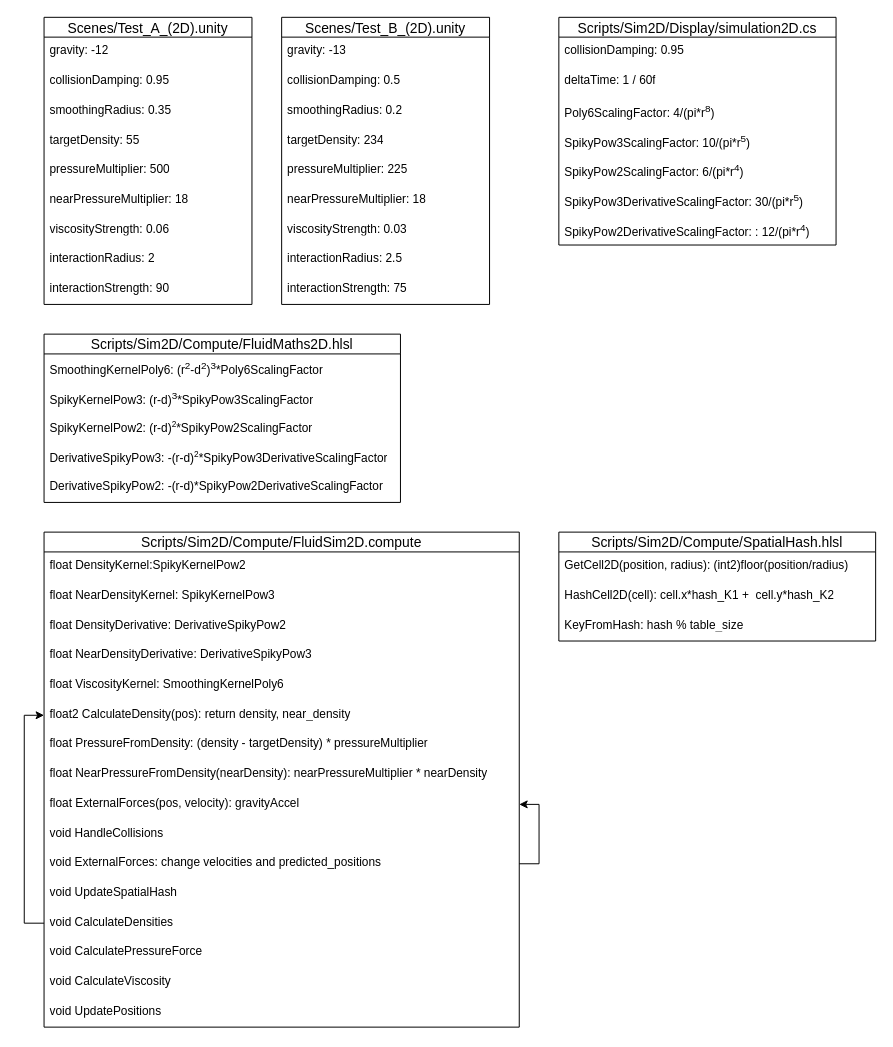
This is Fluid-Sim.drawio from RiemannLee19/UMLs, a draw.io file, before an edit. Source tidied: cells renumbered, new cells numbered last; positions are measured from the earlier drawing's top-left corner, leaving out a move shared by most shapes. Both pictures are drawn from the tidied source at 99%, with x=0, y=0 at pixel (44, 17).
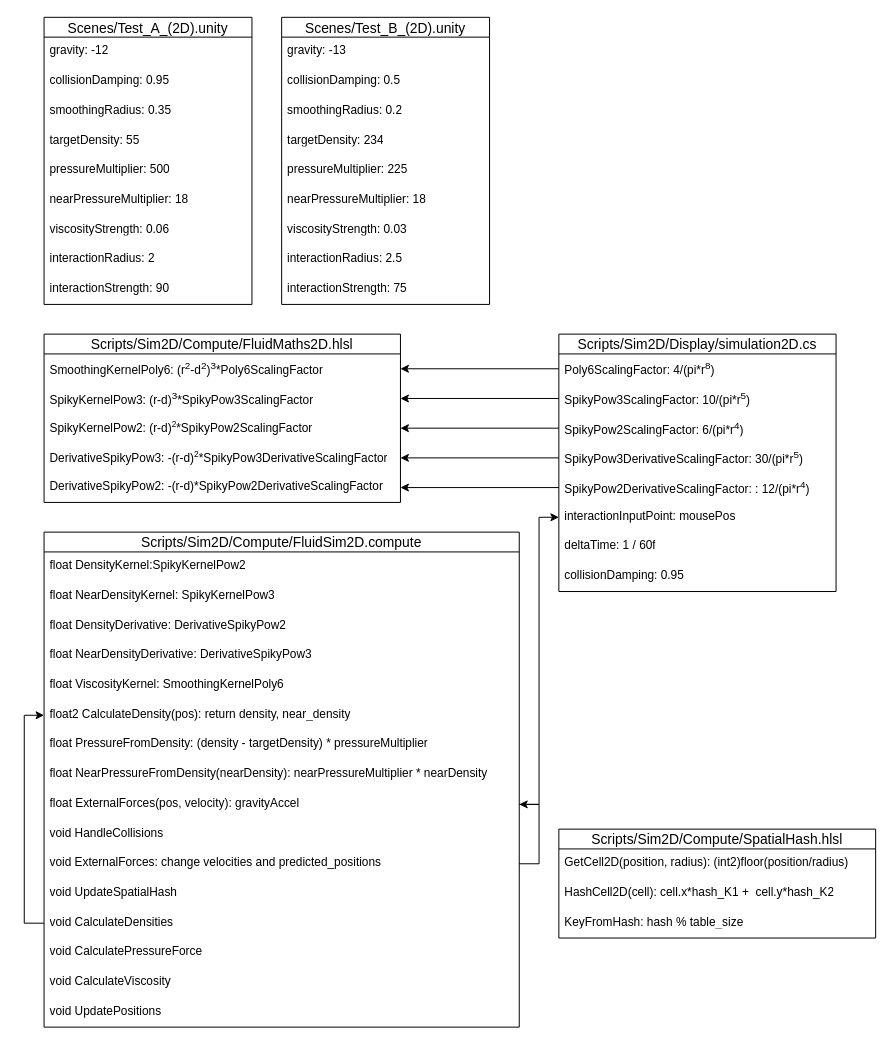
After the change.

The change refers to these unchanged cells:
```xml
<mxCell id="23" value="SmoothingKernelPoly6: (r&lt;sup&gt;2&lt;/sup&gt;-d&lt;sup&gt;2&lt;/sup&gt;)&lt;sup&gt;3&lt;/sup&gt;*Poly6ScalingFactor" style="text;strokeColor=none;fillColor=none;spacingLeft=4;spacingRight=4;overflow=hidden;points=[[0,0.5],[1,0.5]];portConstraint=eastwest;fontSize=12;whiteSpace=wrap;html=1;" parent="22" vertex="1">
  <mxGeometry y="20" width="360" height="30" as="geometry" />
</mxCell>
<mxCell id="24" value="SpikyKernelPow3: (r-d)&lt;sup&gt;3&lt;/sup&gt;*SpikyPow3ScalingFactor" style="text;strokeColor=none;fillColor=none;spacingLeft=4;spacingRight=4;overflow=hidden;points=[[0,0.5],[1,0.5]];portConstraint=eastwest;fontSize=12;whiteSpace=wrap;html=1;" parent="22" vertex="1">
  <mxGeometry y="50" width="360" height="30" as="geometry" />
</mxCell>
<mxCell id="25" value="SpikyKernelPow2: (r-d)&lt;span style=&quot;font-size: 10px;&quot;&gt;&lt;sup&gt;2&lt;/sup&gt;&lt;/span&gt;*SpikyPow2ScalingFactor" style="text;strokeColor=none;fillColor=none;spacingLeft=4;spacingRight=4;overflow=hidden;points=[[0,0.5],[1,0.5]];portConstraint=eastwest;fontSize=12;whiteSpace=wrap;html=1;" parent="22" vertex="1">
  <mxGeometry y="80" width="360" height="30" as="geometry" />
</mxCell>
<mxCell id="26" value="DerivativeSpikyPow3: -(r-d)&lt;span style=&quot;font-size: 10px;&quot;&gt;&lt;sup&gt;2&lt;/sup&gt;&lt;/span&gt;*SpikyPow3DerivativeScalingFactor" style="text;strokeColor=none;fillColor=none;spacingLeft=4;spacingRight=4;overflow=hidden;points=[[0,0.5],[1,0.5]];portConstraint=eastwest;fontSize=12;whiteSpace=wrap;html=1;" parent="22" vertex="1">
  <mxGeometry y="110" width="360" height="30" as="geometry" />
</mxCell>
<mxCell id="27" value="DerivativeSpikyPow2: -(r-d)*SpikyPow2DerivativeScalingFactor" style="text;strokeColor=none;fillColor=none;spacingLeft=4;spacingRight=4;overflow=hidden;points=[[0,0.5],[1,0.5]];portConstraint=eastwest;fontSize=12;whiteSpace=wrap;html=1;" parent="22" vertex="1">
  <mxGeometry y="140" width="360" height="30" as="geometry" />
</mxCell>
<mxCell id="45" value="float ExternalForces(pos, velocity):&amp;nbsp;gravityAccel" style="text;strokeColor=none;fillColor=none;spacingLeft=4;spacingRight=4;overflow=hidden;points=[[0,0.5],[1,0.5]];portConstraint=eastwest;fontSize=12;whiteSpace=wrap;html=1;" parent="36" vertex="1">
  <mxGeometry y="260" width="480" height="30" as="geometry" />
</mxCell>
```

Change to the diagram source:
```diff
@@
+    <mxCell id="59" style="edgeStyle=orthogonalEdgeStyle;rounded=0;jettySize=auto;html=1;exitX=0;exitY=0.25;exitDx=0;exitDy=0;entryX=1;entryY=0.5;entryDx=0;entryDy=0;" parent="1" edge="1" source="28" target="24">
+      <mxGeometry relative="1" as="geometry" />
+    </mxCell>
     <mxCell id="28" value="Scripts/Sim2D/Display/simulation2D.cs" style="swimlane;fontStyle=0;horizontal=1;startSize=20;align=center;fontSize=14;" parent="1" vertex="1">
-      <mxGeometry x="520" width="280" height="230" as="geometry" />
+      <mxGeometry x="520" y="320" width="280" height="260" as="geometry" />
     </mxCell>
-    <mxCell id="29" value="collisionDamping: 0.95" style="text;strokeColor=none;fillColor=none;spacingLeft=4;spacingRight=4;overflow=hidden;fontSize=12;whiteSpace=wrap;html=1;" parent="28" vertex="1">
-      <mxGeometry y="20" width="280" height="30" as="geometry" />
-    </mxCell>
-    <mxCell id="30" value="deltaTime: 1 / 60f" style="text;strokeColor=none;fillColor=none;spacingLeft=4;spacingRight=4;overflow=hidden;fontSize=12;whiteSpace=wrap;html=1;" parent="28" vertex="1">
-      <mxGeometry y="50" width="280" height="30" as="geometry" />
-    </mxCell>
     <mxCell id="31" value="Poly6ScalingFactor: 4/(pi*r&lt;sup&gt;8&lt;/sup&gt;)" style="text;strokeColor=none;fillColor=none;spacingLeft=4;spacingRight=4;overflow=hidden;points=[[0,0.5],[1,0.5]];portConstraint=eastwest;fontSize=12;whiteSpace=wrap;html=1;" parent="28" vertex="1">
-      <mxGeometry y="80" width="280" height="30" as="geometry" />
+      <mxGeometry y="20" width="280" height="30" as="geometry" />
     </mxCell>
     <mxCell id="32" value="SpikyPow3ScalingFactor: 10/(pi*r&lt;sup&gt;5&lt;/sup&gt;)" style="text;strokeColor=none;fillColor=none;spacingLeft=4;spacingRight=4;overflow=hidden;fontSize=12;whiteSpace=wrap;html=1;" parent="28" vertex="1">
-      <mxGeometry y="110" width="280" height="30" as="geometry" />
+      <mxGeometry y="50" width="280" height="30" as="geometry" />
     </mxCell>
     <mxCell id="33" value="SpikyPow2ScalingFactor: 6/(pi*r&lt;sup&gt;4&lt;/sup&gt;)" style="text;strokeColor=none;fillColor=none;spacingLeft=4;spacingRight=4;overflow=hidden;points=[[0,0.5],[1,0.5]];portConstraint=eastwest;fontSize=12;whiteSpace=wrap;html=1;" parent="28" vertex="1">
-      <mxGeometry y="140" width="280" height="30" as="geometry" />
+      <mxGeometry y="80" width="280" height="30" as="geometry" />
     </mxCell>
     <mxCell id="34" value="SpikyPow3DerivativeScalingFactor: 30/(pi*r&lt;sup&gt;5&lt;/sup&gt;)" style="text;strokeColor=none;fillColor=none;spacingLeft=4;spacingRight=4;overflow=hidden;points=[[0,0.5],[1,0.5]];portConstraint=eastwest;fontSize=12;whiteSpace=wrap;html=1;" parent="28" vertex="1">
-      <mxGeometry y="170" width="280" height="30" as="geometry" />
+      <mxGeometry y="110" width="280" height="30" as="geometry" />
     </mxCell>
     <mxCell id="35" value="SpikyPow2DerivativeScalingFactor: : 12/(pi*r&lt;sup&gt;4&lt;/sup&gt;)" style="text;strokeColor=none;fillColor=none;spacingLeft=4;spacingRight=4;overflow=hidden;points=[[0,0.5],[1,0.5]];portConstraint=eastwest;fontSize=12;whiteSpace=wrap;html=1;" parent="28" vertex="1">
-      <mxGeometry y="200" width="280" height="30" as="geometry" />
+      <mxGeometry y="140" width="280" height="30" as="geometry" />
     </mxCell>
+    <mxCell id="60" value="interactionInputPoint: mousePos" style="text;strokeColor=none;fillColor=none;spacingLeft=4;spacingRight=4;overflow=hidden;points=[[0,0.5],[1,0.5]];portConstraint=eastwest;fontSize=12;whiteSpace=wrap;html=1;" parent="28" vertex="1">
+      <mxGeometry y="170" width="280" height="30" as="geometry" />
+    </mxCell>
+    <mxCell id="30" value="deltaTime: 1 / 60f" style="text;strokeColor=none;fillColor=none;spacingLeft=4;spacingRight=4;overflow=hidden;fontSize=12;whiteSpace=wrap;html=1;" parent="28" vertex="1">
+      <mxGeometry y="200" width="280" height="30" as="geometry" />
+    </mxCell>
+    <mxCell id="29" value="collisionDamping: 0.95" style="text;strokeColor=none;fillColor=none;spacingLeft=4;spacingRight=4;overflow=hidden;fontSize=12;whiteSpace=wrap;html=1;" parent="28" vertex="1">
+      <mxGeometry y="230" width="280" height="30" as="geometry" />
+    </mxCell>
@@
     <mxCell id="55" value="Scripts/Sim2D/Compute/SpatialHash.hlsl" style="swimlane;fontStyle=0;horizontal=1;startSize=20;align=center;fontSize=14;" parent="1" vertex="1">
-      <mxGeometry x="520" y="520" width="320" height="110" as="geometry" />
+      <mxGeometry x="520" y="820" width="320" height="110" as="geometry" />
     </mxCell>
@@
+    <mxCell id="61" style="edgeStyle=orthogonalEdgeStyle;rounded=0;jettySize=auto;html=1;exitX=1;exitY=0.5;exitDx=0;exitDy=0;entryX=0;entryY=0.5;entryDx=0;entryDy=0;" parent="1" edge="1" source="45" target="60">
+      <mxGeometry relative="1" as="geometry" />
+    </mxCell>
+    <mxCell id="62" style="edgeStyle=orthogonalEdgeStyle;rounded=0;jettySize=auto;html=1;exitX=0;exitY=0.5;exitDx=0;exitDy=0;" parent="1" edge="1" source="31" target="23">
+      <mxGeometry relative="1" as="geometry" />
+    </mxCell>
+    <mxCell id="63" style="edgeStyle=orthogonalEdgeStyle;rounded=0;jettySize=auto;html=1;exitX=0;exitY=0.5;exitDx=0;exitDy=0;entryX=1;entryY=0.5;entryDx=0;entryDy=0;" parent="1" edge="1" source="33" target="25">
+      <mxGeometry relative="1" as="geometry" />
+    </mxCell>
+    <mxCell id="64" style="edgeStyle=orthogonalEdgeStyle;rounded=0;jettySize=auto;html=1;exitX=0;exitY=0.5;exitDx=0;exitDy=0;" parent="1" edge="1" source="34" target="26">
+      <mxGeometry relative="1" as="geometry" />
+    </mxCell>
+    <mxCell id="65" style="edgeStyle=orthogonalEdgeStyle;rounded=0;jettySize=auto;html=1;" parent="1" edge="1" source="35" target="27">
+      <mxGeometry relative="1" as="geometry" />
+    </mxCell>
```
